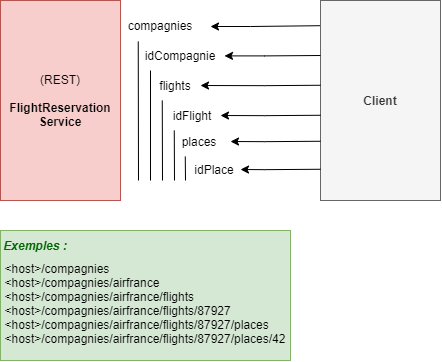
Above: doc/REST.drawio.png in KontainPluton/REST-Service (draw.io), before the change. Source tidied: cells renumbered, new cells last; positions are measured from the earlier drawing's top-left corner, leaving out a move shared by most shapes.
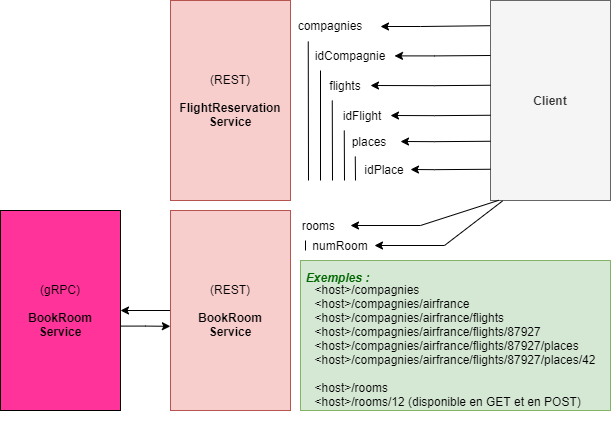
After the change.

Change to the diagram source:
```diff
@@ -64,16 +64,16 @@
       <mxGeometry x="189" y="154" width="50" height="30" as="geometry" />
     </mxCell>
     <mxCell id="16" style="group;" parent="1" vertex="1">
-      <mxGeometry y="230" width="290" height="130" as="geometry" />
+      <mxGeometry x="130" y="260" width="310" height="150" as="geometry" />
     </mxCell>
     <mxCell id="17" style="rounded=0;whiteSpace=wrap;html=1;fillColor=#d5e8d4;strokeColor=#82b366;align=left;" parent="16" vertex="1">
-      <mxGeometry width="290" height="130" as="geometry" />
+      <mxGeometry width="310" height="150" as="geometry" />
     </mxCell>
-    <mxCell id="18" value="&lt;div style=&quot;text-align: left&quot;&gt;&lt;span&gt;&amp;lt;host&amp;gt;/compagnies&lt;/span&gt;&lt;/div&gt;&lt;div&gt;&lt;div style=&quot;text-align: left&quot;&gt;&lt;span&gt;&amp;lt;host&amp;gt;/compagnies/airfrance&lt;/span&gt;&lt;/div&gt;&lt;span&gt;&lt;div style=&quot;text-align: left&quot;&gt;&lt;span&gt;&amp;lt;host&amp;gt;/compagnies/airfrance/flights&lt;/span&gt;&lt;/div&gt;&lt;div style=&quot;text-align: left&quot;&gt;&lt;span&gt;&amp;lt;host&amp;gt;/compagnies/airfrance/flights/87927&lt;/span&gt;&lt;/div&gt;&lt;div style=&quot;text-align: left&quot;&gt;&amp;lt;host&amp;gt;/compagnies/airfrance/flights/87927/places&lt;span&gt;&lt;br&gt;&lt;/span&gt;&lt;/div&gt;&lt;div style=&quot;text-align: left&quot;&gt;&amp;lt;host&amp;gt;/compagnies/airfrance/flights/87927/places/42&lt;br&gt;&lt;/div&gt;&lt;/span&gt;&lt;/div&gt;&lt;div style=&quot;text-align: left&quot;&gt;&lt;span&gt;&lt;br&gt;&lt;/span&gt;&lt;/div&gt;" style="text;html=1;strokeColor=none;fillColor=none;align=center;verticalAlign=middle;whiteSpace=wrap;rounded=0;" parent="16" vertex="1">
-      <mxGeometry x="40" y="40" width="210" height="80" as="geometry" />
+    <mxCell id="18" value="&lt;div style=&quot;text-align: left&quot;&gt;&lt;span&gt;&amp;lt;host&amp;gt;/compagnies&lt;/span&gt;&lt;/div&gt;&lt;div&gt;&lt;div style=&quot;text-align: left&quot;&gt;&lt;span&gt;&amp;lt;host&amp;gt;/compagnies/airfrance&lt;/span&gt;&lt;/div&gt;&lt;span&gt;&lt;div style=&quot;text-align: left&quot;&gt;&lt;span&gt;&amp;lt;host&amp;gt;/compagnies/airfrance/flights&lt;/span&gt;&lt;/div&gt;&lt;div style=&quot;text-align: left&quot;&gt;&lt;span&gt;&amp;lt;host&amp;gt;/compagnies/airfrance/flights/87927&lt;/span&gt;&lt;/div&gt;&lt;div style=&quot;text-align: left&quot;&gt;&amp;lt;host&amp;gt;/compagnies/airfrance/flights/87927/places&lt;span&gt;&lt;br&gt;&lt;/span&gt;&lt;/div&gt;&lt;div style=&quot;text-align: left&quot;&gt;&amp;lt;host&amp;gt;/compagnies/airfrance/flights/87927/places/42&lt;br&gt;&lt;/div&gt;&lt;div style=&quot;text-align: left&quot;&gt;&lt;br&gt;&lt;/div&gt;&lt;div style=&quot;text-align: left&quot;&gt;&amp;lt;host&amp;gt;/rooms&lt;br&gt;&amp;lt;host&amp;gt;/rooms/12 (disponible en GET et en POST)&lt;/div&gt;&lt;/span&gt;&lt;/div&gt;&lt;div style=&quot;text-align: left&quot;&gt;&lt;span&gt;&lt;br&gt;&lt;/span&gt;&lt;/div&gt;" style="text;html=1;strokeColor=none;fillColor=none;align=center;verticalAlign=middle;whiteSpace=wrap;rounded=0;" parent="16" vertex="1">
+      <mxGeometry x="42.8" y="46.2" width="224.5" height="92.3" as="geometry" />
     </mxCell>
     <mxCell id="19" value="&lt;b&gt;&lt;i&gt;&lt;font color=&quot;#006600&quot;&gt;Exemples :&lt;/font&gt;&lt;/i&gt;&lt;/b&gt;" style="text;html=1;strokeColor=none;fillColor=none;align=center;verticalAlign=middle;whiteSpace=wrap;rounded=0;" parent="16" vertex="1">
-      <mxGeometry width="70" height="30" as="geometry" />
+      <mxGeometry width="74.8" height="34.6" as="geometry" />
     </mxCell>
     <mxCell id="20" style="edgeStyle=none;rounded=0;orthogonalLoop=1;jettySize=auto;html=1;" parent="1" edge="1">
       <mxGeometry relative="1" as="geometry">
@@ -119,5 +119,43 @@
         </Array>
       </mxGeometry>
     </mxCell>
+    <mxCell id="25" style="edgeStyle=orthogonalEdgeStyle;rounded=0;jettySize=auto;html=1;exitX=0;exitY=0.5;exitDx=0;exitDy=0;entryX=1;entryY=0.5;entryDx=0;entryDy=0;" parent="1" edge="1" source="26" target="27">
+      <mxGeometry relative="1" as="geometry" />
+    </mxCell>
+    <mxCell id="26" value="(REST)&lt;br&gt;&lt;br&gt;&lt;b&gt;BookRoom&lt;br&gt;Service&lt;/b&gt;" style="rounded=0;whiteSpace=wrap;html=1;fillColor=#f8cecc;strokeColor=#b85450;" parent="1" vertex="1">
+      <mxGeometry y="210" width="120" height="200" as="geometry" />
+    </mxCell>
+    <mxCell id="27" value="(gRPC)&lt;br&gt;&lt;br&gt;&lt;b&gt;BookRoom&lt;br&gt;Service&lt;/b&gt;" style="rounded=0;whiteSpace=wrap;html=1;fillColor=#FF3399;strokeColor=default;" parent="1" vertex="1">
+      <mxGeometry x="-170" y="210" width="120" height="200" as="geometry" />
+    </mxCell>
+    <mxCell id="28" style="edgeStyle=orthogonalEdgeStyle;rounded=0;jettySize=auto;html=1;exitX=0.998;exitY=0.578;exitDx=0;exitDy=0;entryX=-0.001;entryY=0.579;entryDx=0;entryDy=0;exitPerimeter=0;entryPerimeter=0;" parent="1" edge="1" source="27" target="26">
+      <mxGeometry relative="1" as="geometry" />
+    </mxCell>
+    <mxCell id="29" value="rooms&amp;nbsp;" style="text;html=1;strokeColor=none;fillColor=none;align=center;verticalAlign=middle;whiteSpace=wrap;rounded=0;" parent="1" vertex="1">
+      <mxGeometry x="120" y="210" width="60" height="30" as="geometry" />
+    </mxCell>
+    <mxCell id="30" value="numRoom" style="text;html=1;strokeColor=none;fillColor=none;align=center;verticalAlign=middle;whiteSpace=wrap;rounded=0;" parent="1" vertex="1">
+      <mxGeometry x="140" y="230" width="60" height="30" as="geometry" />
+    </mxCell>
+    <mxCell id="31" style="endArrow=none;html=1;rounded=0;exitX=0.25;exitY=1;exitDx=0;exitDy=0;" parent="1" edge="1" source="29">
+      <mxGeometry relative="1" as="geometry">
+        <mxPoint x="135" y="250" as="targetPoint" />
+      </mxGeometry>
+    </mxCell>
+    <mxCell id="32" style="edgeStyle=none;rounded=0;jettySize=auto;html=1;exitX=0.069;exitY=0.999;exitDx=0;exitDy=0;exitPerimeter=0;" parent="1" edge="1" source="4" target="29">
+      <mxGeometry relative="1" as="geometry">
+        <Array as="points">
+          <mxPoint x="250" y="225" />
+        </Array>
+      </mxGeometry>
+    </mxCell>
+    <mxCell id="33" style="edgeStyle=none;rounded=0;jettySize=auto;html=1;exitX=0.101;exitY=1.002;exitDx=0;exitDy=0;exitPerimeter=0;" parent="1" edge="1" source="4">
+      <mxGeometry relative="1" as="geometry">
+        <mxPoint x="204" y="245" as="targetPoint" />
+        <Array as="points">
+          <mxPoint x="274" y="245" />
+        </Array>
+      </mxGeometry>
+    </mxCell>
   </root>
 </mxGraphModel>
```
